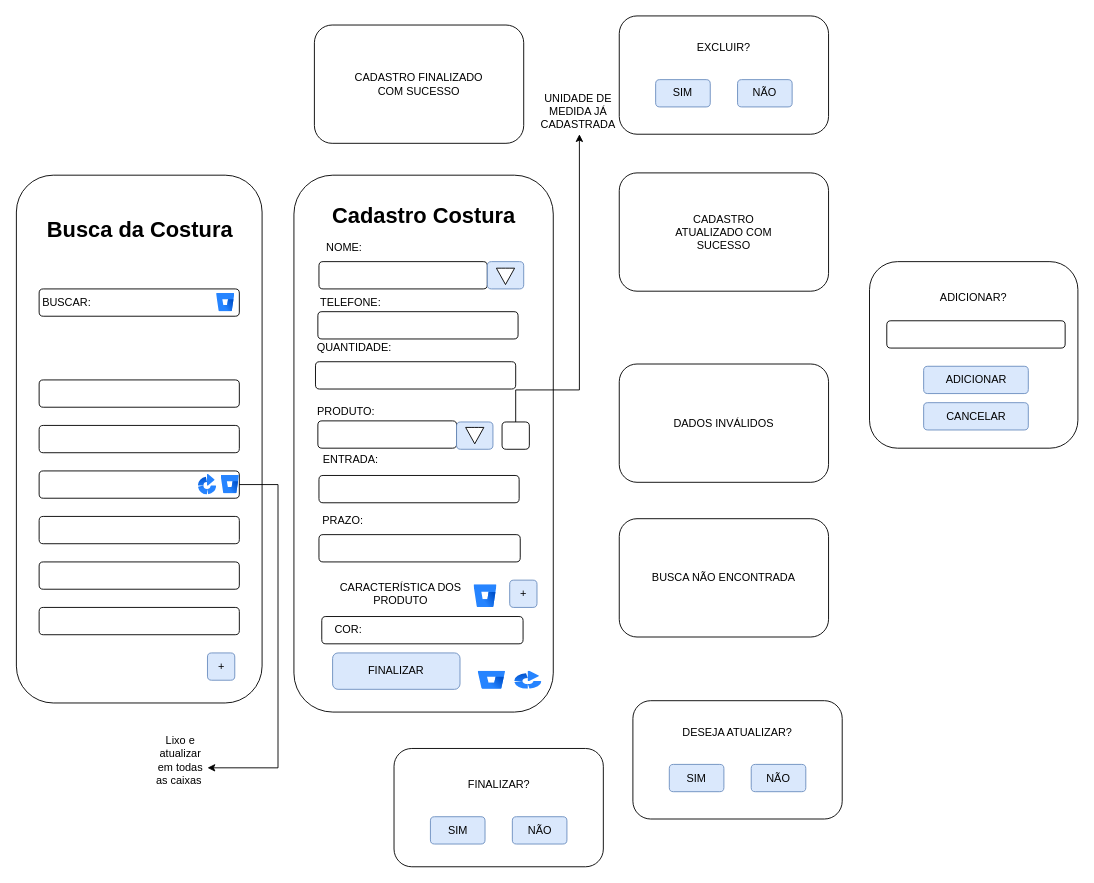
Before: page "Página-7" (7 of 13) of DOC/tela.drawio in juliareis14/avatar.app, a draw.io diagram. Source tidied: cells renumbered, new cells numbered last; positions are measured from the earlier drawing's top-left corner, leaving out a move shared by most shapes. Both pictures are drawn from the tidied source at 91%, with x=0, y=0 at pixel (15, 15).
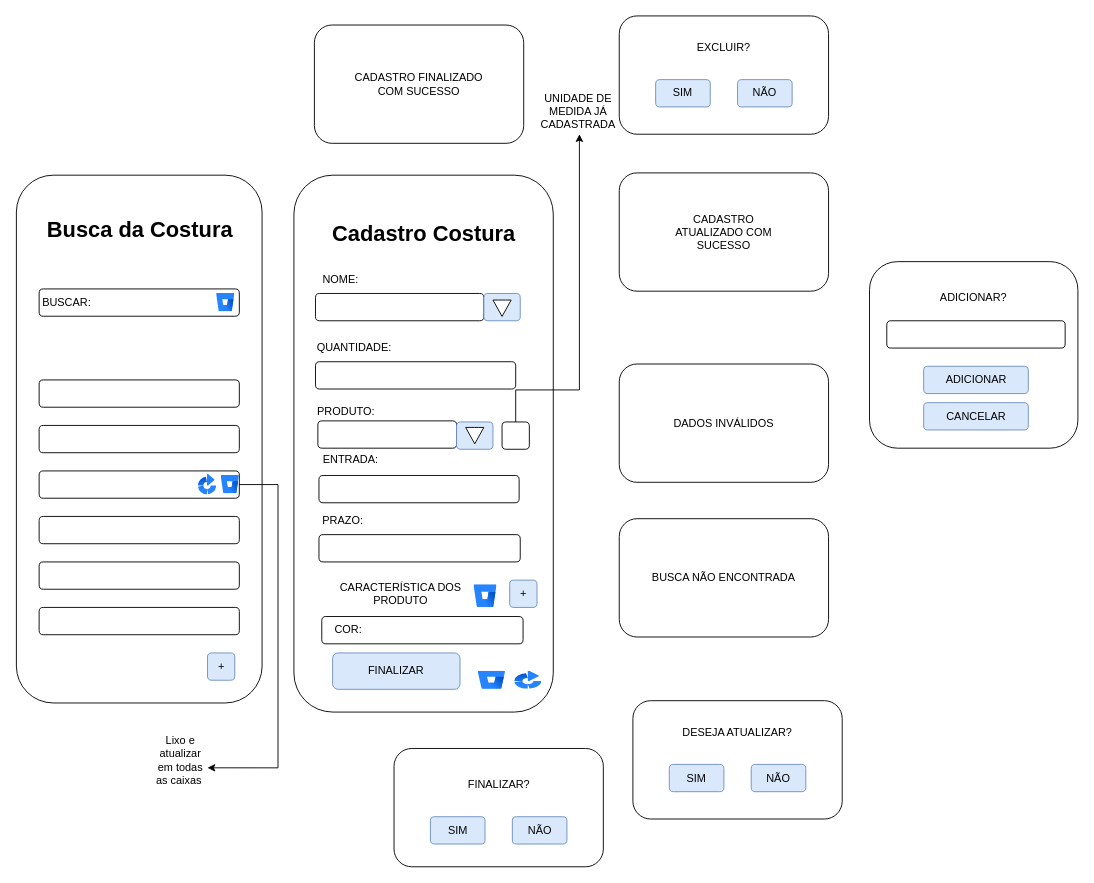
The same page after the edit.

Diff of the diagram source:
```diff
@@
     <mxCell id="3" value="Cadastro Costura" style="text;strokeColor=none;fillColor=none;html=1;fontSize=24;fontStyle=1;verticalAlign=middle;align=center;" parent="1" vertex="1">
-      <mxGeometry x="398" y="200" width="100" height="40" as="geometry" />
+      <mxGeometry x="398" y="220" width="100" height="40" as="geometry" />
     </mxCell>
     <mxCell id="4" style="rounded=1;whiteSpace=wrap;html=1;" parent="1" vertex="1">
-      <mxGeometry x="333" y="270" width="185" height="30" as="geometry" />
+      <mxGeometry x="329.2" y="305" width="185" height="30" as="geometry" />
     </mxCell>
@@
     <mxCell id="7" value="NOME:" style="text;html=1;align=center;verticalAlign=middle;whiteSpace=wrap;rounded=0;" parent="1" vertex="1">
-      <mxGeometry x="330.5" y="240" width="60" height="30" as="geometry" />
+      <mxGeometry x="326.8" y="275" width="60" height="30" as="geometry" />
     </mxCell>
@@
     <mxCell id="50" style="rounded=1;whiteSpace=wrap;html=1;fillColor=#dae8fc;strokeColor=#6c8ebf;" parent="1" vertex="1">
-      <mxGeometry x="518" y="270" width="40" height="30" as="geometry" />
+      <mxGeometry x="514.2" y="305" width="40" height="30" as="geometry" />
     </mxCell>
     <mxCell id="51" style="html=1;shadow=0;dashed=0;align=center;verticalAlign=middle;shape=mxgraph.arrows2.arrow;dy=0.6;dx=40;direction=south;notch=0;" parent="1" vertex="1">
-      <mxGeometry x="528" y="277.2" width="20" height="18" as="geometry" />
+      <mxGeometry x="524.2" y="312.2" width="20" height="18" as="geometry" />
     </mxCell>
@@
-    <mxCell id="68" style="rounded=1;whiteSpace=wrap;html=1;" parent="1" vertex="1">
-      <mxGeometry x="331.8" y="325" width="220" height="30" as="geometry" />
-    </mxCell>
-    <mxCell id="69" value="TELEFONE:" style="text;html=1;align=center;verticalAlign=middle;whiteSpace=wrap;rounded=0;" parent="1" vertex="1">
-      <mxGeometry x="328" y="300" width="80" height="30" as="geometry" />
-    </mxCell>
```
